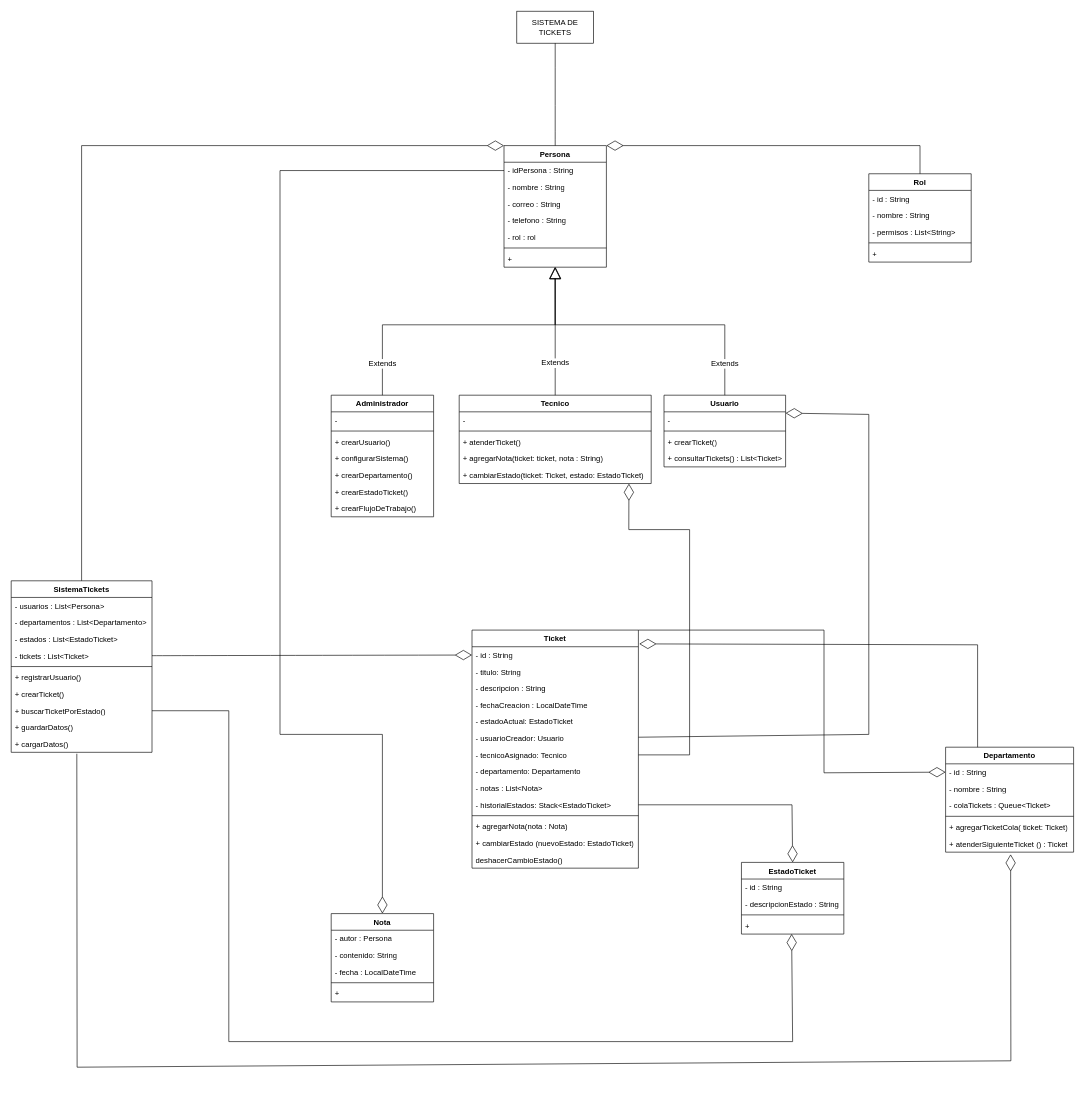
Before: src/main/Diagramas/Diagrama de clases.drawio in DanielGLima/GestionTickets, a draw.io diagram. Source tidied: cells renumbered, new cells numbered last; positions are measured from the earlier drawing's top-left corner, leaving out a move shared by most shapes. Both pictures are drawn from the tidied source at 64%, with x=0, y=0 at pixel (11, 11).
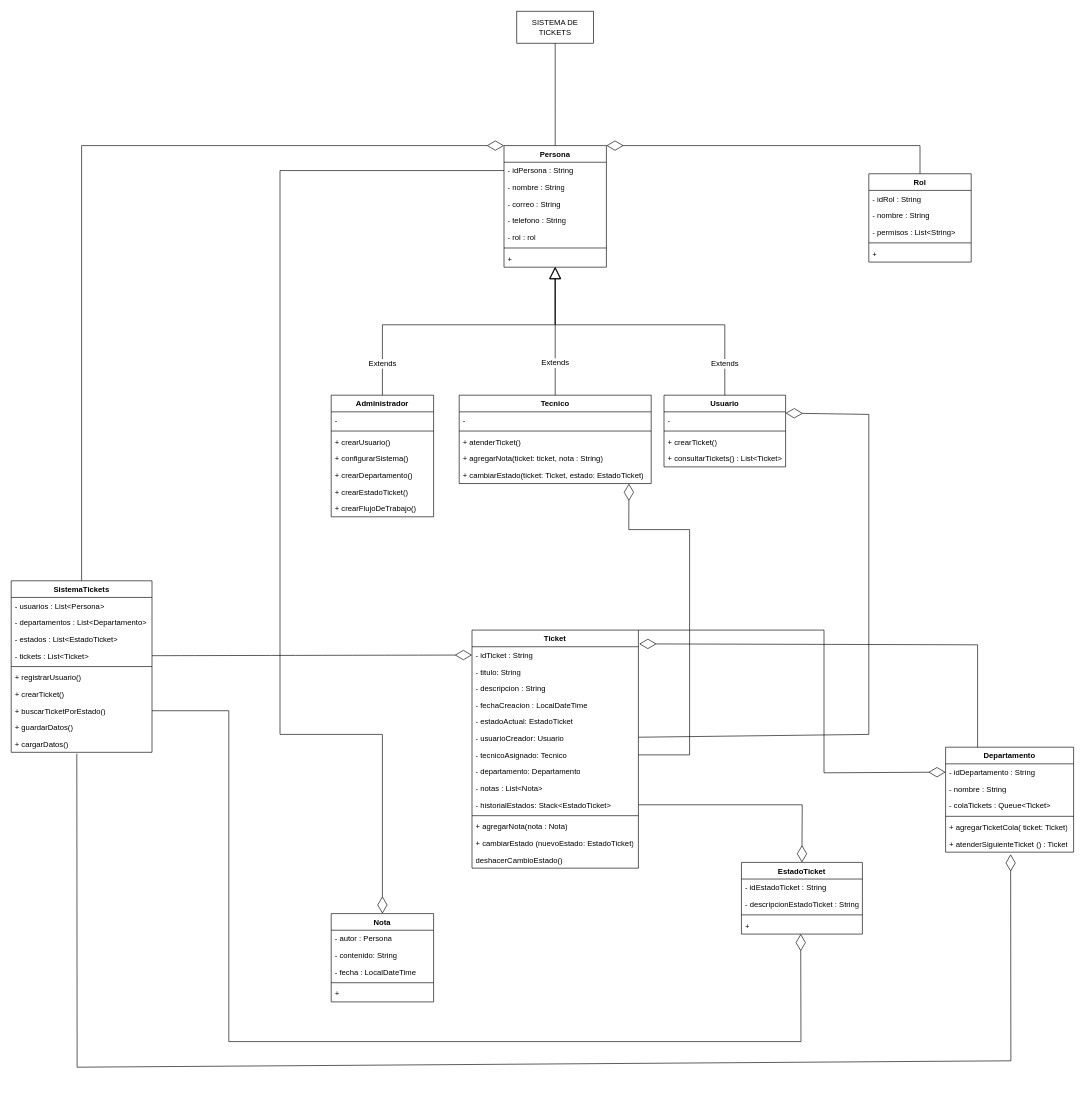
After the change.

Commit message (it also covers changes not shown here):
Nuevas Clases

Unchanged cells that the change refers to:
```xml
<mxCell id="33" value="Ticket" style="swimlane;fontStyle=1;align=center;verticalAlign=top;horizontal=1;startSize=26;whiteSpace=wrap;html=1;" parent="1" vertex="1">
  <mxGeometry x="720" y="967" width="260" height="372" as="geometry" />
</mxCell>
<mxCell id="55" value="Departamento" style="swimlane;fontStyle=1;align=center;verticalAlign=top;horizontal=1;startSize=26;whiteSpace=wrap;html=1;" parent="1" vertex="1">
  <mxGeometry x="1460" y="1150" width="200" height="164" as="geometry" />
</mxCell>
<mxCell id="67" value="Rol" style="swimlane;fontStyle=1;align=center;verticalAlign=top;horizontal=1;startSize=26;whiteSpace=wrap;html=1;" parent="1" vertex="1">
  <mxGeometry x="1340" y="254" width="160" height="138" as="geometry" />
</mxCell>
<mxCell id="81" value="+ buscarTicketPorEstado()" style="text;strokeColor=none;fillColor=none;align=left;verticalAlign=top;spacingLeft=4;spacingRight=4;overflow=hidden;points=[[0,0.5],[1,0.5]];portConstraint=eastwest;whiteSpace=wrap;html=1;" parent="73" vertex="1">
  <mxGeometry y="190" width="220" height="26" as="geometry" />
</mxCell>
```

What changed in the source:
```diff
@@
-    <mxCell id="34" value="- id : String" style="text;strokeColor=none;fillColor=none;align=left;verticalAlign=top;spacingLeft=4;spacingRight=4;overflow=hidden;points=[[0,0.5],[1,0.5]];portConstraint=eastwest;whiteSpace=wrap;html=1;" parent="33" vertex="1">
+    <mxCell id="34" value="- idTicket : String" style="text;strokeColor=none;fillColor=none;align=left;verticalAlign=top;spacingLeft=4;spacingRight=4;overflow=hidden;points=[[0,0.5],[1,0.5]];portConstraint=eastwest;whiteSpace=wrap;html=1;" parent="33" vertex="1">
       <mxGeometry y="26" width="260" height="26" as="geometry" />
     </mxCell>
@@
-    <mxCell id="56" value="- id : String" style="text;strokeColor=none;fillColor=none;align=left;verticalAlign=top;spacingLeft=4;spacingRight=4;overflow=hidden;points=[[0,0.5],[1,0.5]];portConstraint=eastwest;whiteSpace=wrap;html=1;" parent="55" vertex="1">
+    <mxCell id="56" value="- idDepartamento : String" style="text;strokeColor=none;fillColor=none;align=left;verticalAlign=top;spacingLeft=4;spacingRight=4;overflow=hidden;points=[[0,0.5],[1,0.5]];portConstraint=eastwest;whiteSpace=wrap;html=1;" parent="55" vertex="1">
       <mxGeometry y="26" width="200" height="26" as="geometry" />
     </mxCell>
@@
     <mxCell id="62" value="EstadoTicket" style="swimlane;fontStyle=1;align=center;verticalAlign=top;horizontal=1;startSize=26;whiteSpace=wrap;html=1;" parent="1" vertex="1">
-      <mxGeometry x="1141" y="1330" width="160" height="112" as="geometry" />
+      <mxGeometry x="1141" y="1330" width="189" height="112" as="geometry" />
     </mxCell>
-    <mxCell id="63" value="- id : String" style="text;strokeColor=none;fillColor=none;align=left;verticalAlign=top;spacingLeft=4;spacingRight=4;overflow=hidden;whiteSpace=wrap;html=1;" parent="62" vertex="1">
-      <mxGeometry y="26" width="160" height="26" as="geometry" />
+    <mxCell id="63" value="- idEstadoTicket : String" style="text;strokeColor=none;fillColor=none;align=left;verticalAlign=top;spacingLeft=4;spacingRight=4;overflow=hidden;whiteSpace=wrap;html=1;" parent="62" vertex="1">
+      <mxGeometry y="26" width="189" height="26" as="geometry" />
     </mxCell>
-    <mxCell id="64" value="- descripcionEstado : String" style="text;strokeColor=none;fillColor=none;align=left;verticalAlign=top;spacingLeft=4;spacingRight=4;overflow=hidden;whiteSpace=wrap;html=1;" parent="62" vertex="1">
-      <mxGeometry y="52" width="160" height="26" as="geometry" />
+    <mxCell id="64" value="- descripcionEstadoTicket : String" style="text;strokeColor=none;fillColor=none;align=left;verticalAlign=top;spacingLeft=4;spacingRight=4;overflow=hidden;whiteSpace=wrap;html=1;" parent="62" vertex="1">
+      <mxGeometry y="52" width="189" height="26" as="geometry" />
     </mxCell>
     <mxCell id="65" style="line;strokeWidth=1;fillColor=none;align=left;verticalAlign=middle;spacingTop=-1;spacingLeft=3;spacingRight=3;labelPosition=right;strokeColor=inherit;" parent="62" vertex="1">
-      <mxGeometry y="78" width="160" height="8" as="geometry" />
+      <mxGeometry y="78" width="189" height="8" as="geometry" />
     </mxCell>
     <mxCell id="66" value="+" style="text;strokeColor=none;fillColor=none;align=left;verticalAlign=top;spacingLeft=4;spacingRight=4;overflow=hidden;points=[[0,0.5],[1,0.5]];portConstraint=eastwest;whiteSpace=wrap;html=1;" parent="62" vertex="1">
-      <mxGeometry y="86" width="160" height="26" as="geometry" />
+      <mxGeometry y="86" width="189" height="26" as="geometry" />
     </mxCell>
@@
-    <mxCell id="68" value="- id : String" style="text;strokeColor=none;fillColor=none;align=left;verticalAlign=top;spacingLeft=4;spacingRight=4;overflow=hidden;whiteSpace=wrap;html=1;" parent="67" vertex="1">
+    <mxCell id="68" value="- idRol : String" style="text;strokeColor=none;fillColor=none;align=left;verticalAlign=top;spacingLeft=4;spacingRight=4;overflow=hidden;whiteSpace=wrap;html=1;" parent="67" vertex="1">
       <mxGeometry y="26" width="160" height="26" as="geometry" />
     </mxCell>
@@
     <mxCell id="88" style="endArrow=diamondThin;endFill=0;endSize=24;html=1;rounded=0;fontSize=12;curved=0;entryX=0.5;entryY=0;entryDx=0;entryDy=0;" parent="1" edge="1" target="62">
       <mxGeometry relative="1" as="geometry">
         <mxPoint x="980" y="1240" as="sourcePoint" />
         <Array as="points">
-          <mxPoint x="1220" y="1240" />
+          <mxPoint x="1236" y="1240" />
         </Array>
       </mxGeometry>
     </mxCell>
@@
     <mxCell id="93" style="endArrow=diamondThin;endFill=0;endSize=24;html=1;rounded=0;fontSize=12;curved=0;exitX=1;exitY=0.5;exitDx=0;exitDy=0;entryX=0.49;entryY=0.993;entryDx=0;entryDy=0;entryPerimeter=0;" parent="1" edge="1" source="81" target="66">
       <mxGeometry relative="1" as="geometry">
         <Array as="points">
           <mxPoint x="340" y="1093" />
           <mxPoint x="340" y="1610" />
-          <mxPoint x="1221" y="1610" />
+          <mxPoint x="1234" y="1610" />
         </Array>
       </mxGeometry>
     </mxCell>
```
